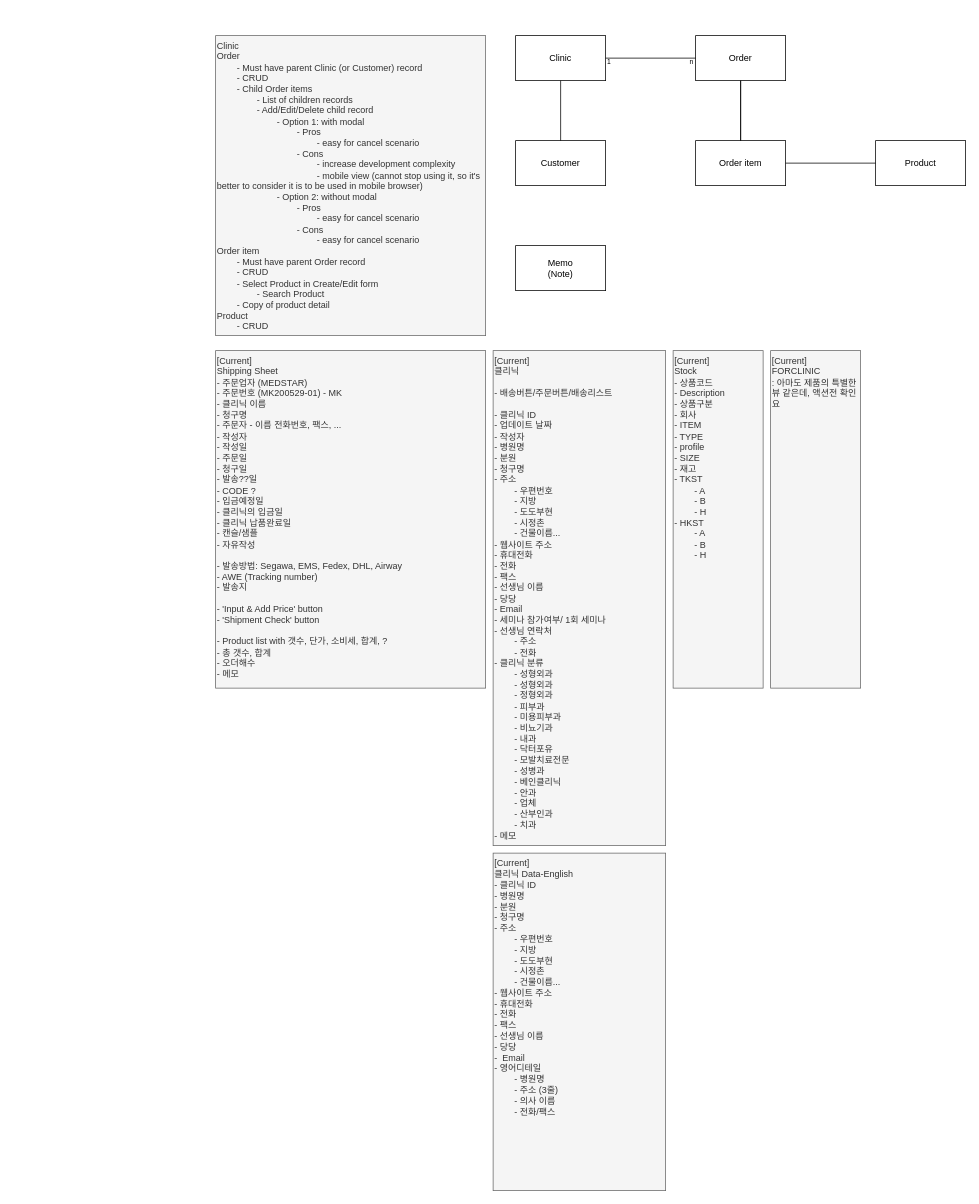
danieldotskc/helloworld keeps this draw.io diagram as page "Page-6" (6 of 6) of logging/Secure implementations.drawio. Above is the earlier version. Source tidied: cells renumbered, new cells numbered last; positions are measured from the earlier drawing's top-left corner, leaving out a move shared by most shapes. Both pictures are drawn from the tidied source at 75%, with x=0, y=0 at pixel (215, 35).
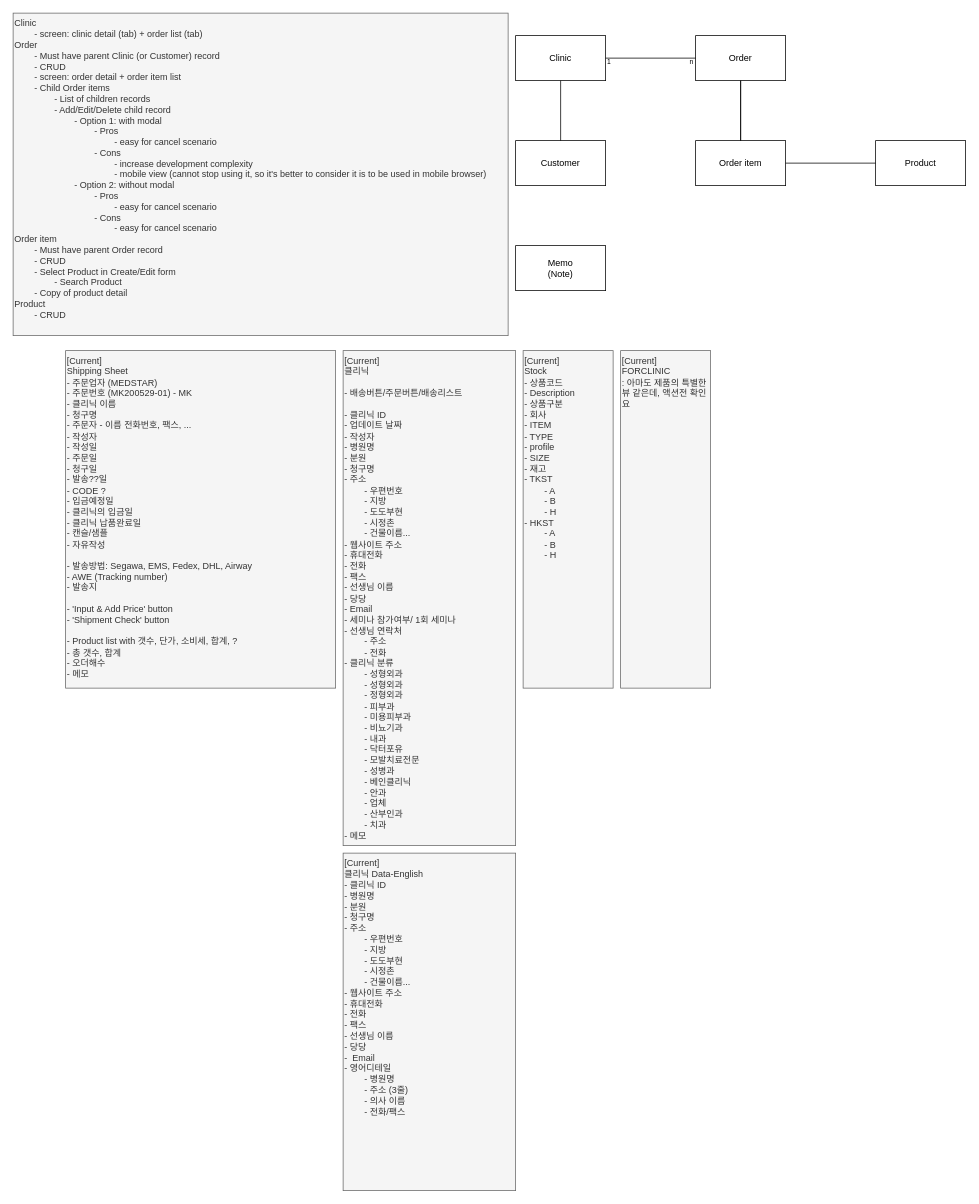
The same diagram, later.

What changed in the source:
```diff
@@
-    <mxCell id="14" value="Clinic&lt;div&gt;Order&lt;/div&gt;&lt;div&gt;&lt;span style=&quot;white-space: pre;&quot;&gt;&#9;&lt;/span&gt;- Must have parent Clinic (or Customer) record&lt;br&gt;&lt;/div&gt;&lt;div&gt;&lt;span style=&quot;white-space: pre;&quot;&gt;&#9;&lt;/span&gt;- CRUD&lt;br&gt;&lt;/div&gt;&lt;div&gt;&lt;span style=&quot;white-space: pre;&quot;&gt;&#9;&lt;/span&gt;- Child Order items&lt;br&gt;&lt;/div&gt;&lt;div&gt;&lt;span style=&quot;white-space: pre;&quot;&gt;&#9;&lt;span style=&quot;white-space: pre;&quot;&gt;&#9;&lt;/span&gt;- List of children records&lt;/span&gt;&lt;br&gt;&lt;/div&gt;&lt;div&gt;&lt;span style=&quot;white-space: pre;&quot;&gt;&#9;&lt;/span&gt;&lt;span style=&quot;white-space: pre;&quot;&gt;&#9;&lt;/span&gt;- Add/Edit/Delete child record&lt;br&gt;&lt;/div&gt;&lt;div&gt;&lt;span style=&quot;white-space: pre;&quot;&gt;&#9;&lt;/span&gt;&lt;span style=&quot;white-space: pre;&quot;&gt;&#9;&lt;/span&gt;&lt;span style=&quot;white-space: pre;&quot;&gt;&#9;&lt;/span&gt;- Option 1: with modal&lt;br&gt;&lt;/div&gt;&lt;div&gt;&lt;span style=&quot;white-space: pre;&quot;&gt;&#9;&lt;/span&gt;&lt;span style=&quot;white-space: pre;&quot;&gt;&#9;&lt;/span&gt;&lt;span style=&quot;white-space: pre;&quot;&gt;&#9;&lt;/span&gt;&lt;span style=&quot;white-space: pre;&quot;&gt;&#9;&lt;/span&gt;- Pros&lt;br&gt;&lt;/div&gt;&lt;div&gt;&lt;span style=&quot;white-space: pre;&quot;&gt;&#9;&lt;/span&gt;&lt;span style=&quot;white-space: pre;&quot;&gt;&#9;&lt;/span&gt;&lt;span style=&quot;white-space: pre;&quot;&gt;&#9;&lt;/span&gt;&lt;span style=&quot;white-space: pre;&quot;&gt;&#9;&lt;/span&gt;&lt;span style=&quot;white-space: pre;&quot;&gt;&#9;&lt;/span&gt;-&amp;nbsp;&lt;span style=&quot;background-color: transparent; color: light-dark(rgb(51, 51, 51), rgb(193, 193, 193));&quot;&gt;easy for cancel scenario&lt;/span&gt;&lt;br&gt;&lt;/div&gt;&lt;div&gt;&lt;span style=&quot;white-space: pre;&quot;&gt;&#9;&lt;/span&gt;&lt;span style=&quot;white-space: pre;&quot;&gt;&#9;&lt;/span&gt;&lt;span style=&quot;white-space: pre;&quot;&gt;&#9;&lt;/span&gt;&lt;span style=&quot;white-space: pre;&quot;&gt;&#9;&lt;/span&gt;- Cons&lt;br&gt;&lt;/div&gt;&lt;div&gt;&lt;span style=&quot;white-space: pre;&quot;&gt;&#9;&lt;/span&gt;&lt;span style=&quot;white-space: pre;&quot;&gt;&#9;&lt;/span&gt;&lt;span style=&quot;white-space: pre;&quot;&gt;&#9;&lt;/span&gt;&lt;span style=&quot;white-space: pre;&quot;&gt;&#9;&lt;/span&gt;&lt;span style=&quot;white-space: pre;&quot;&gt;&#9;&lt;/span&gt;- increase development complexity&lt;br&gt;&lt;/div&gt;&lt;div&gt;&lt;span style=&quot;white-space: pre;&quot;&gt;&#9;&lt;/span&gt;&lt;span style=&quot;white-space: pre;&quot;&gt;&#9;&lt;/span&gt;&lt;span style=&quot;white-space: pre;&quot;&gt;&#9;&lt;/span&gt;&lt;span style=&quot;white-space: pre;&quot;&gt;&#9;&lt;/span&gt;&lt;span style=&quot;white-space: pre;&quot;&gt;&#9;&lt;/span&gt;- mobile view (cannot stop using it, so it's better to consider it is to be used in mobile browser)&lt;br&gt;&lt;/div&gt;&lt;div&gt;&lt;span style=&quot;white-space: pre;&quot;&gt;&#9;&lt;/span&gt;&lt;span style=&quot;white-space: pre;&quot;&gt;&#9;&lt;/span&gt;&lt;span style=&quot;white-space: pre;&quot;&gt;&#9;&lt;/span&gt;- Option 2: without modal&lt;br&gt;&lt;/div&gt;&lt;div&gt;&lt;span style=&quot;white-space: pre;&quot;&gt;&#9;&lt;/span&gt;&lt;span style=&quot;white-space: pre;&quot;&gt;&#9;&lt;/span&gt;&lt;span style=&quot;white-space: pre;&quot;&gt;&#9;&lt;/span&gt;&lt;span style=&quot;white-space: pre;&quot;&gt;&#9;&lt;/span&gt;- Pros&lt;br&gt;&lt;/div&gt;&lt;div&gt;&lt;span style=&quot;white-space: pre;&quot;&gt;&#9;&lt;/span&gt;&lt;span style=&quot;white-space: pre;&quot;&gt;&#9;&lt;/span&gt;&lt;span style=&quot;white-space: pre;&quot;&gt;&#9;&lt;/span&gt;&lt;span style=&quot;white-space: pre;&quot;&gt;&#9;&lt;/span&gt;&lt;span style=&quot;white-space: pre;&quot;&gt;&#9;&lt;/span&gt;- easy for cancel scenario&lt;br&gt;&lt;/div&gt;&lt;div&gt;&lt;span style=&quot;white-space: pre;&quot;&gt;&#9;&lt;/span&gt;&lt;span style=&quot;white-space: pre;&quot;&gt;&#9;&lt;/span&gt;&lt;span style=&quot;white-space: pre;&quot;&gt;&#9;&lt;/span&gt;&lt;span style=&quot;white-space: pre;&quot;&gt;&#9;&lt;/span&gt;- Cons&lt;br&gt;&lt;/div&gt;&lt;div&gt;&lt;span style=&quot;white-space: pre;&quot;&gt;&#9;&lt;/span&gt;&lt;span style=&quot;white-space: pre;&quot;&gt;&#9;&lt;/span&gt;&lt;span style=&quot;white-space: pre;&quot;&gt;&#9;&lt;/span&gt;&lt;span style=&quot;white-space: pre;&quot;&gt;&#9;&lt;span style=&quot;white-space: pre;&quot;&gt;&#9;&lt;/span&gt;&lt;/span&gt;- easy for cancel scenario&lt;br&gt;&lt;/div&gt;&lt;div&gt;Order item&lt;/div&gt;&lt;div&gt;&lt;span style=&quot;white-space: pre;&quot;&gt;&#9;&lt;/span&gt;- Must have parent Order record&lt;/div&gt;&lt;div&gt;&lt;span style=&quot;white-space: pre;&quot;&gt;&#9;&lt;/span&gt;- CRUD&lt;br&gt;&lt;/div&gt;&lt;div&gt;&lt;span style=&quot;white-space: pre;&quot;&gt;&#9;&lt;/span&gt;- Select Product in Create/Edit form&lt;br&gt;&lt;/div&gt;&lt;div&gt;&lt;span style=&quot;white-space: pre;&quot;&gt;&#9;&lt;/span&gt;&lt;span style=&quot;white-space: pre;&quot;&gt;&#9;&lt;/span&gt;- Search Product&lt;br&gt;&lt;/div&gt;&lt;div&gt;&lt;span style=&quot;white-space: pre;&quot;&gt;&#9;&lt;/span&gt;- Copy of product detail&lt;br&gt;&lt;/div&gt;&lt;div&gt;Product&amp;nbsp;&lt;/div&gt;&lt;div&gt;&lt;span style=&quot;white-space: pre;&quot;&gt;&#9;&lt;/span&gt;- CRUD&lt;/div&gt;" style="text;html=1;whiteSpace=wrap;strokeColor=#666666;fillColor=#f5f5f5;align=left;verticalAlign=top;rounded=0;fontColor=#333333;" parent="1" vertex="1">
-      <mxGeometry width="360" height="400" as="geometry" />
+    <mxCell id="14" value="Clinic&lt;div&gt;&lt;span style=&quot;white-space: pre;&quot;&gt;&#9;&lt;/span&gt;- screen: clinic detail (tab) + order list (tab)&lt;br&gt;&lt;div&gt;Order&lt;/div&gt;&lt;div&gt;&lt;span style=&quot;white-space: pre;&quot;&gt;&#9;&lt;/span&gt;- Must have parent Clinic (or Customer) record&lt;br&gt;&lt;/div&gt;&lt;div&gt;&lt;span style=&quot;white-space: pre;&quot;&gt;&#9;&lt;/span&gt;- CRUD&lt;br&gt;&lt;/div&gt;&lt;div&gt;&lt;span style=&quot;white-space: pre;&quot;&gt;&#9;&lt;/span&gt;- screen: order detail + order item list&lt;br&gt;&lt;/div&gt;&lt;div&gt;&lt;span style=&quot;white-space: pre;&quot;&gt;&#9;&lt;/span&gt;- Child Order items&lt;br&gt;&lt;/div&gt;&lt;div&gt;&lt;span style=&quot;white-space: pre;&quot;&gt;&#9;&lt;span style=&quot;white-space: pre;&quot;&gt;&#9;&lt;/span&gt;- List of children records&lt;/span&gt;&lt;br&gt;&lt;/div&gt;&lt;div&gt;&lt;span style=&quot;white-space: pre;&quot;&gt;&#9;&lt;/span&gt;&lt;span style=&quot;white-space: pre;&quot;&gt;&#9;&lt;/span&gt;- Add/Edit/Delete child record&lt;br&gt;&lt;/div&gt;&lt;div&gt;&lt;span style=&quot;white-space: pre;&quot;&gt;&#9;&lt;/span&gt;&lt;span style=&quot;white-space: pre;&quot;&gt;&#9;&lt;/span&gt;&lt;span style=&quot;white-space: pre;&quot;&gt;&#9;&lt;/span&gt;- Option 1: with modal&lt;br&gt;&lt;/div&gt;&lt;div&gt;&lt;span style=&quot;white-space: pre;&quot;&gt;&#9;&lt;/span&gt;&lt;span style=&quot;white-space: pre;&quot;&gt;&#9;&lt;/span&gt;&lt;span style=&quot;white-space: pre;&quot;&gt;&#9;&lt;/span&gt;&lt;span style=&quot;white-space: pre;&quot;&gt;&#9;&lt;/span&gt;- Pros&lt;br&gt;&lt;/div&gt;&lt;div&gt;&lt;span style=&quot;white-space: pre;&quot;&gt;&#9;&lt;/span&gt;&lt;span style=&quot;white-space: pre;&quot;&gt;&#9;&lt;/span&gt;&lt;span style=&quot;white-space: pre;&quot;&gt;&#9;&lt;/span&gt;&lt;span style=&quot;white-space: pre;&quot;&gt;&#9;&lt;/span&gt;&lt;span style=&quot;white-space: pre;&quot;&gt;&#9;&lt;/span&gt;-&amp;nbsp;&lt;span style=&quot;background-color: transparent; color: light-dark(rgb(51, 51, 51), rgb(193, 193, 193));&quot;&gt;easy for cancel scenario&lt;/span&gt;&lt;br&gt;&lt;/div&gt;&lt;div&gt;&lt;span style=&quot;white-space: pre;&quot;&gt;&#9;&lt;/span&gt;&lt;span style=&quot;white-space: pre;&quot;&gt;&#9;&lt;/span&gt;&lt;span style=&quot;white-space: pre;&quot;&gt;&#9;&lt;/span&gt;&lt;span style=&quot;white-space: pre;&quot;&gt;&#9;&lt;/span&gt;- Cons&lt;br&gt;&lt;/div&gt;&lt;div&gt;&lt;span style=&quot;white-space: pre;&quot;&gt;&#9;&lt;/span&gt;&lt;span style=&quot;white-space: pre;&quot;&gt;&#9;&lt;/span&gt;&lt;span style=&quot;white-space: pre;&quot;&gt;&#9;&lt;/span&gt;&lt;span style=&quot;white-space: pre;&quot;&gt;&#9;&lt;/span&gt;&lt;span style=&quot;white-space: pre;&quot;&gt;&#9;&lt;/span&gt;- increase development complexity&lt;br&gt;&lt;/div&gt;&lt;div&gt;&lt;span style=&quot;white-space: pre;&quot;&gt;&#9;&lt;/span&gt;&lt;span style=&quot;white-space: pre;&quot;&gt;&#9;&lt;/span&gt;&lt;span style=&quot;white-space: pre;&quot;&gt;&#9;&lt;/span&gt;&lt;span style=&quot;white-space: pre;&quot;&gt;&#9;&lt;/span&gt;&lt;span style=&quot;white-space: pre;&quot;&gt;&#9;&lt;/span&gt;- mobile view (cannot stop using it, so it's better to consider it is to be used in mobile browser)&lt;br&gt;&lt;/div&gt;&lt;div&gt;&lt;span style=&quot;white-space: pre;&quot;&gt;&#9;&lt;/span&gt;&lt;span style=&quot;white-space: pre;&quot;&gt;&#9;&lt;/span&gt;&lt;span style=&quot;white-space: pre;&quot;&gt;&#9;&lt;/span&gt;- Option 2: without modal&lt;br&gt;&lt;/div&gt;&lt;div&gt;&lt;span style=&quot;white-space: pre;&quot;&gt;&#9;&lt;/span&gt;&lt;span style=&quot;white-space: pre;&quot;&gt;&#9;&lt;/span&gt;&lt;span style=&quot;white-space: pre;&quot;&gt;&#9;&lt;/span&gt;&lt;span style=&quot;white-space: pre;&quot;&gt;&#9;&lt;/span&gt;- Pros&lt;br&gt;&lt;/div&gt;&lt;div&gt;&lt;span style=&quot;white-space: pre;&quot;&gt;&#9;&lt;/span&gt;&lt;span style=&quot;white-space: pre;&quot;&gt;&#9;&lt;/span&gt;&lt;span style=&quot;white-space: pre;&quot;&gt;&#9;&lt;/span&gt;&lt;span style=&quot;white-space: pre;&quot;&gt;&#9;&lt;/span&gt;&lt;span style=&quot;white-space: pre;&quot;&gt;&#9;&lt;/span&gt;- easy for cancel scenario&lt;br&gt;&lt;/div&gt;&lt;div&gt;&lt;span style=&quot;white-space: pre;&quot;&gt;&#9;&lt;/span&gt;&lt;span style=&quot;white-space: pre;&quot;&gt;&#9;&lt;/span&gt;&lt;span style=&quot;white-space: pre;&quot;&gt;&#9;&lt;/span&gt;&lt;span style=&quot;white-space: pre;&quot;&gt;&#9;&lt;/span&gt;- Cons&lt;br&gt;&lt;/div&gt;&lt;div&gt;&lt;span style=&quot;white-space: pre;&quot;&gt;&#9;&lt;/span&gt;&lt;span style=&quot;white-space: pre;&quot;&gt;&#9;&lt;/span&gt;&lt;span style=&quot;white-space: pre;&quot;&gt;&#9;&lt;/span&gt;&lt;span style=&quot;white-space: pre;&quot;&gt;&#9;&lt;span style=&quot;white-space: pre;&quot;&gt;&#9;&lt;/span&gt;&lt;/span&gt;- easy for cancel scenario&lt;br&gt;&lt;/div&gt;&lt;div&gt;Order item&lt;/div&gt;&lt;div&gt;&lt;span style=&quot;white-space: pre;&quot;&gt;&#9;&lt;/span&gt;- Must have parent Order record&lt;/div&gt;&lt;div&gt;&lt;span style=&quot;white-space: pre;&quot;&gt;&#9;&lt;/span&gt;- CRUD&lt;br&gt;&lt;/div&gt;&lt;div&gt;&lt;span style=&quot;white-space: pre;&quot;&gt;&#9;&lt;/span&gt;- Select Product in Create/Edit form&lt;br&gt;&lt;/div&gt;&lt;div&gt;&lt;span style=&quot;white-space: pre;&quot;&gt;&#9;&lt;/span&gt;&lt;span style=&quot;white-space: pre;&quot;&gt;&#9;&lt;/span&gt;- Search Product&lt;br&gt;&lt;/div&gt;&lt;div&gt;&lt;span style=&quot;white-space: pre;&quot;&gt;&#9;&lt;/span&gt;- Copy of product detail&lt;br&gt;&lt;/div&gt;&lt;div&gt;Product&amp;nbsp;&lt;/div&gt;&lt;div&gt;&lt;span style=&quot;white-space: pre;&quot;&gt;&#9;&lt;/span&gt;- CRUD&lt;/div&gt;&lt;/div&gt;" style="text;html=1;whiteSpace=wrap;strokeColor=#666666;fillColor=#f5f5f5;align=left;verticalAlign=top;rounded=0;fontColor=#333333;" parent="1" vertex="1">
+      <mxGeometry x="-270" y="-30" width="660" height="430" as="geometry" />
     </mxCell>
@@
     <mxCell id="16" value="&lt;div&gt;[Current]&lt;/div&gt;Shipping Sheet&lt;div&gt;- 주문업자 (MEDSTAR)&lt;/div&gt;&lt;div&gt;- 주문번호 (MK200529-01) - MK&lt;/div&gt;&lt;div&gt;- 클리닉 이름&lt;/div&gt;&lt;div&gt;- 청구명&amp;nbsp;&lt;/div&gt;&lt;div&gt;- 주문자 - 이름 전화번호, 팩스, ...&lt;/div&gt;&lt;div&gt;- 작성자&lt;/div&gt;&lt;div&gt;- 작성일&lt;/div&gt;&lt;div&gt;- 주문일&lt;/div&gt;&lt;div&gt;- 청구일&lt;/div&gt;&lt;div&gt;- 발송??일&lt;/div&gt;&lt;div&gt;- CODE ?&lt;/div&gt;&lt;div&gt;- 입금예정일&lt;/div&gt;&lt;div&gt;- 클리닉의 입금일&lt;/div&gt;&lt;div&gt;- 클리닉 납품완료일&lt;/div&gt;&lt;div&gt;- 캔슬/샘플&lt;/div&gt;&lt;div&gt;- 자유작성&lt;/div&gt;&lt;div&gt;&lt;br&gt;&lt;/div&gt;&lt;div&gt;- 발송방법: Segawa, EMS, Fedex, DHL, Airway&lt;/div&gt;&lt;div&gt;- AWE (Tracking number)&lt;/div&gt;&lt;div&gt;- 발송지&lt;/div&gt;&lt;div&gt;&lt;br&gt;&lt;/div&gt;&lt;div&gt;- 'Input &amp;amp; Add Price' button&lt;/div&gt;&lt;div&gt;- 'Shipment Check' button&lt;/div&gt;&lt;div&gt;&lt;br&gt;&lt;/div&gt;&lt;div&gt;- Product list with 갯수, 단가, 소비세, 합계, ?&lt;/div&gt;&lt;div&gt;- 총 갯수, 합계&lt;/div&gt;&lt;div&gt;- 오더해수&lt;/div&gt;&lt;div&gt;- 메모&lt;/div&gt;" style="text;html=1;whiteSpace=wrap;strokeColor=#666666;fillColor=#f5f5f5;align=left;verticalAlign=top;rounded=0;fontColor=#333333;" parent="1" vertex="1">
-      <mxGeometry y="420" width="360" height="450" as="geometry" />
+      <mxGeometry x="-200" y="420" width="360" height="450" as="geometry" />
     </mxCell>
     <mxCell id="17" value="&lt;div&gt;[Current]&lt;/div&gt;클리닉&lt;div&gt;&lt;br&gt;&lt;/div&gt;&lt;div&gt;- 배송버튼/주문버튼/배송리스트&lt;/div&gt;&lt;div&gt;&lt;br&gt;&lt;div&gt;&lt;div&gt;- 클리닉 ID&lt;/div&gt;&lt;div&gt;&lt;span style=&quot;background-color: transparent; color: light-dark(rgb(51, 51, 51), rgb(193, 193, 193));&quot;&gt;- 업데이트 날짜&lt;/span&gt;&lt;/div&gt;&lt;div&gt;&lt;span style=&quot;background-color: transparent; color: light-dark(rgb(51, 51, 51), rgb(193, 193, 193));&quot;&gt;- 작성자&lt;/span&gt;&lt;/div&gt;&lt;div&gt;- 병원명&lt;/div&gt;&lt;div&gt;- 분원&lt;/div&gt;&lt;div&gt;- 청구명&lt;/div&gt;&lt;div&gt;- 주소&lt;/div&gt;&lt;div&gt;&lt;span style=&quot;white-space: pre;&quot;&gt;&#9;&lt;/span&gt;- 우편번호&lt;/div&gt;&lt;div&gt;&lt;span style=&quot;white-space: pre;&quot;&gt;&#9;&lt;/span&gt;- 지방&lt;/div&gt;&lt;div&gt;&lt;span style=&quot;white-space: pre;&quot;&gt;&#9;&lt;/span&gt;- 도도부현&lt;/div&gt;&lt;div&gt;&lt;span style=&quot;white-space: pre;&quot;&gt;&#9;&lt;/span&gt;- 시정촌&lt;/div&gt;&lt;div&gt;&lt;span style=&quot;white-space: pre;&quot;&gt;&#9;&lt;/span&gt;- 건물이름...&lt;/div&gt;&lt;div&gt;- 웹사이트 주소&lt;/div&gt;&lt;div&gt;- 휴대전화&lt;/div&gt;&lt;div&gt;- 전화&lt;/div&gt;&lt;div&gt;- 팩스&lt;/div&gt;&lt;div&gt;- 선생님 이름&lt;/div&gt;&lt;div&gt;- 당당&lt;/div&gt;&lt;div&gt;- Email&lt;/div&gt;&lt;div&gt;- 세미나 참가여부/ 1회 세미나&lt;/div&gt;&lt;div&gt;- 선생님 연락처&amp;nbsp;&lt;/div&gt;&lt;div&gt;&lt;span style=&quot;white-space: pre;&quot;&gt;&#9;&lt;/span&gt;- 주소&lt;br&gt;&lt;/div&gt;&lt;div&gt;&lt;span style=&quot;white-space: pre;&quot;&gt;&#9;&lt;/span&gt;- 전화&lt;br&gt;&lt;/div&gt;&lt;div&gt;- 클리닉 분류&lt;/div&gt;&lt;div&gt;&lt;span style=&quot;white-space: pre;&quot;&gt;&#9;&lt;/span&gt;- 성형외과&lt;br&gt;&lt;/div&gt;&lt;div&gt;&lt;span style=&quot;white-space: pre;&quot;&gt;&#9;&lt;/span&gt;- 성형외과&lt;br&gt;&lt;/div&gt;&lt;div&gt;&lt;span style=&quot;white-space: pre;&quot;&gt;&#9;&lt;/span&gt;- 정형외과&lt;br&gt;&lt;/div&gt;&lt;div&gt;&lt;span style=&quot;white-space: pre;&quot;&gt;&#9;&lt;/span&gt;- 피부과&lt;br&gt;&lt;/div&gt;&lt;div&gt;&lt;span style=&quot;white-space: pre;&quot;&gt;&#9;&lt;/span&gt;- 미용피부과&lt;br&gt;&lt;/div&gt;&lt;div&gt;&lt;span style=&quot;white-space: pre;&quot;&gt;&#9;&lt;/span&gt;- 비뇨기과&lt;br&gt;&lt;/div&gt;&lt;div&gt;&lt;span style=&quot;white-space: pre;&quot;&gt;&#9;&lt;/span&gt;- 내과&lt;br&gt;&lt;/div&gt;&lt;div&gt;&lt;span style=&quot;white-space: pre;&quot;&gt;&#9;&lt;/span&gt;- 닥터포유&lt;br&gt;&lt;/div&gt;&lt;div&gt;&lt;span style=&quot;white-space: pre;&quot;&gt;&#9;&lt;/span&gt;- 모발치료전문&lt;br&gt;&lt;/div&gt;&lt;div&gt;&lt;span style=&quot;white-space: pre;&quot;&gt;&#9;&lt;/span&gt;- 성병과&lt;br&gt;&lt;/div&gt;&lt;div&gt;&lt;span style=&quot;white-space: pre;&quot;&gt;&#9;&lt;/span&gt;- 베인클리닉&lt;br&gt;&lt;/div&gt;&lt;div&gt;&lt;span style=&quot;white-space: pre;&quot;&gt;&#9;&lt;/span&gt;- 안과&lt;br&gt;&lt;/div&gt;&lt;div&gt;&lt;span style=&quot;white-space: pre;&quot;&gt;&#9;&lt;/span&gt;- 업체&lt;br&gt;&lt;/div&gt;&lt;div&gt;&lt;span style=&quot;white-space: pre;&quot;&gt;&#9;&lt;/span&gt;- 산부인과&lt;br&gt;&lt;/div&gt;&lt;div&gt;&lt;span style=&quot;white-space: pre;&quot;&gt;&#9;&lt;/span&gt;- 치과&lt;br&gt;&lt;/div&gt;&lt;div&gt;- 메모&lt;br&gt;&lt;/div&gt;&lt;/div&gt;&lt;/div&gt;" style="text;html=1;whiteSpace=wrap;strokeColor=#666666;fillColor=#f5f5f5;align=left;verticalAlign=top;rounded=0;fontColor=#333333;" parent="1" vertex="1">
-      <mxGeometry x="370" y="420" width="230" height="660" as="geometry" />
+      <mxGeometry x="170" y="420" width="230" height="660" as="geometry" />
     </mxCell>
     <mxCell id="18" value="&lt;div&gt;[Current]&lt;/div&gt;클리닉 Data-English&lt;div&gt;- 클리닉 ID&lt;/div&gt;&lt;div&gt;- 병원명&lt;/div&gt;&lt;div&gt;- 분원&lt;/div&gt;&lt;div&gt;- 청구명&lt;/div&gt;&lt;div&gt;- 주소&lt;/div&gt;&lt;div&gt;&lt;span style=&quot;white-space: pre;&quot;&gt;&#9;&lt;/span&gt;- 우편번호&lt;/div&gt;&lt;div&gt;&lt;span style=&quot;white-space: pre;&quot;&gt;&#9;&lt;/span&gt;- 지방&lt;/div&gt;&lt;div&gt;&lt;span style=&quot;white-space: pre;&quot;&gt;&#9;&lt;/span&gt;- 도도부현&lt;/div&gt;&lt;div&gt;&lt;span style=&quot;white-space: pre;&quot;&gt;&#9;&lt;/span&gt;- 시정촌&lt;/div&gt;&lt;div&gt;&lt;span style=&quot;white-space: pre;&quot;&gt;&#9;&lt;/span&gt;- 건물이름...&lt;/div&gt;&lt;div&gt;- 웹사이트 주소&lt;/div&gt;&lt;div&gt;- 휴대전화&lt;/div&gt;&lt;div&gt;- 전화&lt;/div&gt;&lt;div&gt;- 팩스&lt;/div&gt;&lt;div&gt;- 선생님 이름&lt;/div&gt;&lt;div&gt;- 당당&lt;/div&gt;&lt;div&gt;-&amp;nbsp; Email&lt;/div&gt;&lt;div&gt;- 영어디테일&lt;/div&gt;&lt;div&gt;&lt;span style=&quot;white-space: pre;&quot;&gt;&#9;&lt;/span&gt;- 병원명&lt;br&gt;&lt;/div&gt;&lt;div&gt;&lt;span style=&quot;white-space: pre;&quot;&gt;&#9;&lt;/span&gt;- 주소 (3줄)&lt;br&gt;&lt;/div&gt;&lt;div&gt;&lt;span style=&quot;white-space: pre;&quot;&gt;&#9;&lt;/span&gt;- 의사 이름&lt;br&gt;&lt;/div&gt;&lt;div&gt;&lt;span style=&quot;white-space: pre;&quot;&gt;&#9;&lt;/span&gt;- 전화/팩스&lt;/div&gt;" style="text;html=1;whiteSpace=wrap;strokeColor=#666666;fillColor=#f5f5f5;align=left;verticalAlign=top;rounded=0;fontColor=#333333;" parent="1" vertex="1">
-      <mxGeometry x="370" y="1090" width="230" height="450" as="geometry" />
+      <mxGeometry x="170" y="1090" width="230" height="450" as="geometry" />
     </mxCell>
     <mxCell id="19" value="&lt;div&gt;[Current]&lt;/div&gt;Stock&lt;div&gt;- 상품코드&lt;/div&gt;&lt;div&gt;- Description&lt;/div&gt;&lt;div&gt;- 상품구분&lt;/div&gt;&lt;div&gt;- 회사&lt;/div&gt;&lt;div&gt;- ITEM&lt;/div&gt;&lt;div&gt;- TYPE&lt;/div&gt;&lt;div&gt;- profile&lt;/div&gt;&lt;div&gt;- SIZE&lt;/div&gt;&lt;div&gt;- 재고&lt;/div&gt;&lt;div&gt;- TKST&lt;/div&gt;&lt;div&gt;&lt;span style=&quot;white-space: pre;&quot;&gt;&#9;&lt;/span&gt;- A&lt;br&gt;&lt;/div&gt;&lt;div&gt;&lt;span style=&quot;white-space: pre;&quot;&gt;&#9;&lt;/span&gt;- B&lt;br&gt;&lt;/div&gt;&lt;div&gt;&lt;span style=&quot;white-space: pre;&quot;&gt;&#9;&lt;/span&gt;- H&lt;br&gt;&lt;/div&gt;&lt;div&gt;&lt;div&gt;- HKST&lt;/div&gt;&lt;div&gt;&lt;span style=&quot;white-space: pre;&quot;&gt;&#9;&lt;/span&gt;- A&lt;br&gt;&lt;/div&gt;&lt;div&gt;&lt;span style=&quot;white-space: pre;&quot;&gt;&#9;&lt;/span&gt;- B&lt;br&gt;&lt;/div&gt;&lt;div&gt;&lt;span style=&quot;white-space: pre;&quot;&gt;&#9;&lt;/span&gt;- H&lt;br&gt;&lt;/div&gt;&lt;div&gt;&lt;br&gt;&lt;/div&gt;&lt;/div&gt;" style="text;html=1;whiteSpace=wrap;strokeColor=#666666;fillColor=#f5f5f5;align=left;verticalAlign=top;rounded=0;fontColor=#333333;" parent="1" vertex="1">
-      <mxGeometry x="610" y="420" width="120" height="450" as="geometry" />
+      <mxGeometry x="410" y="420" width="120" height="450" as="geometry" />
     </mxCell>
     <mxCell id="20" value="&lt;div&gt;[Current]&lt;/div&gt;FORCLINIC&lt;div&gt;: 아마도 제품의 특별한 뷰 같은데, 액션전 확인요&lt;/div&gt;&lt;div&gt;&lt;div&gt;&lt;br&gt;&lt;/div&gt;&lt;/div&gt;" style="text;html=1;whiteSpace=wrap;strokeColor=#666666;fillColor=#f5f5f5;align=left;verticalAlign=top;rounded=0;fontColor=#333333;" parent="1" vertex="1">
-      <mxGeometry x="740" y="420" width="120" height="450" as="geometry" />
+      <mxGeometry x="540" y="420" width="120" height="450" as="geometry" />
     </mxCell>
```
